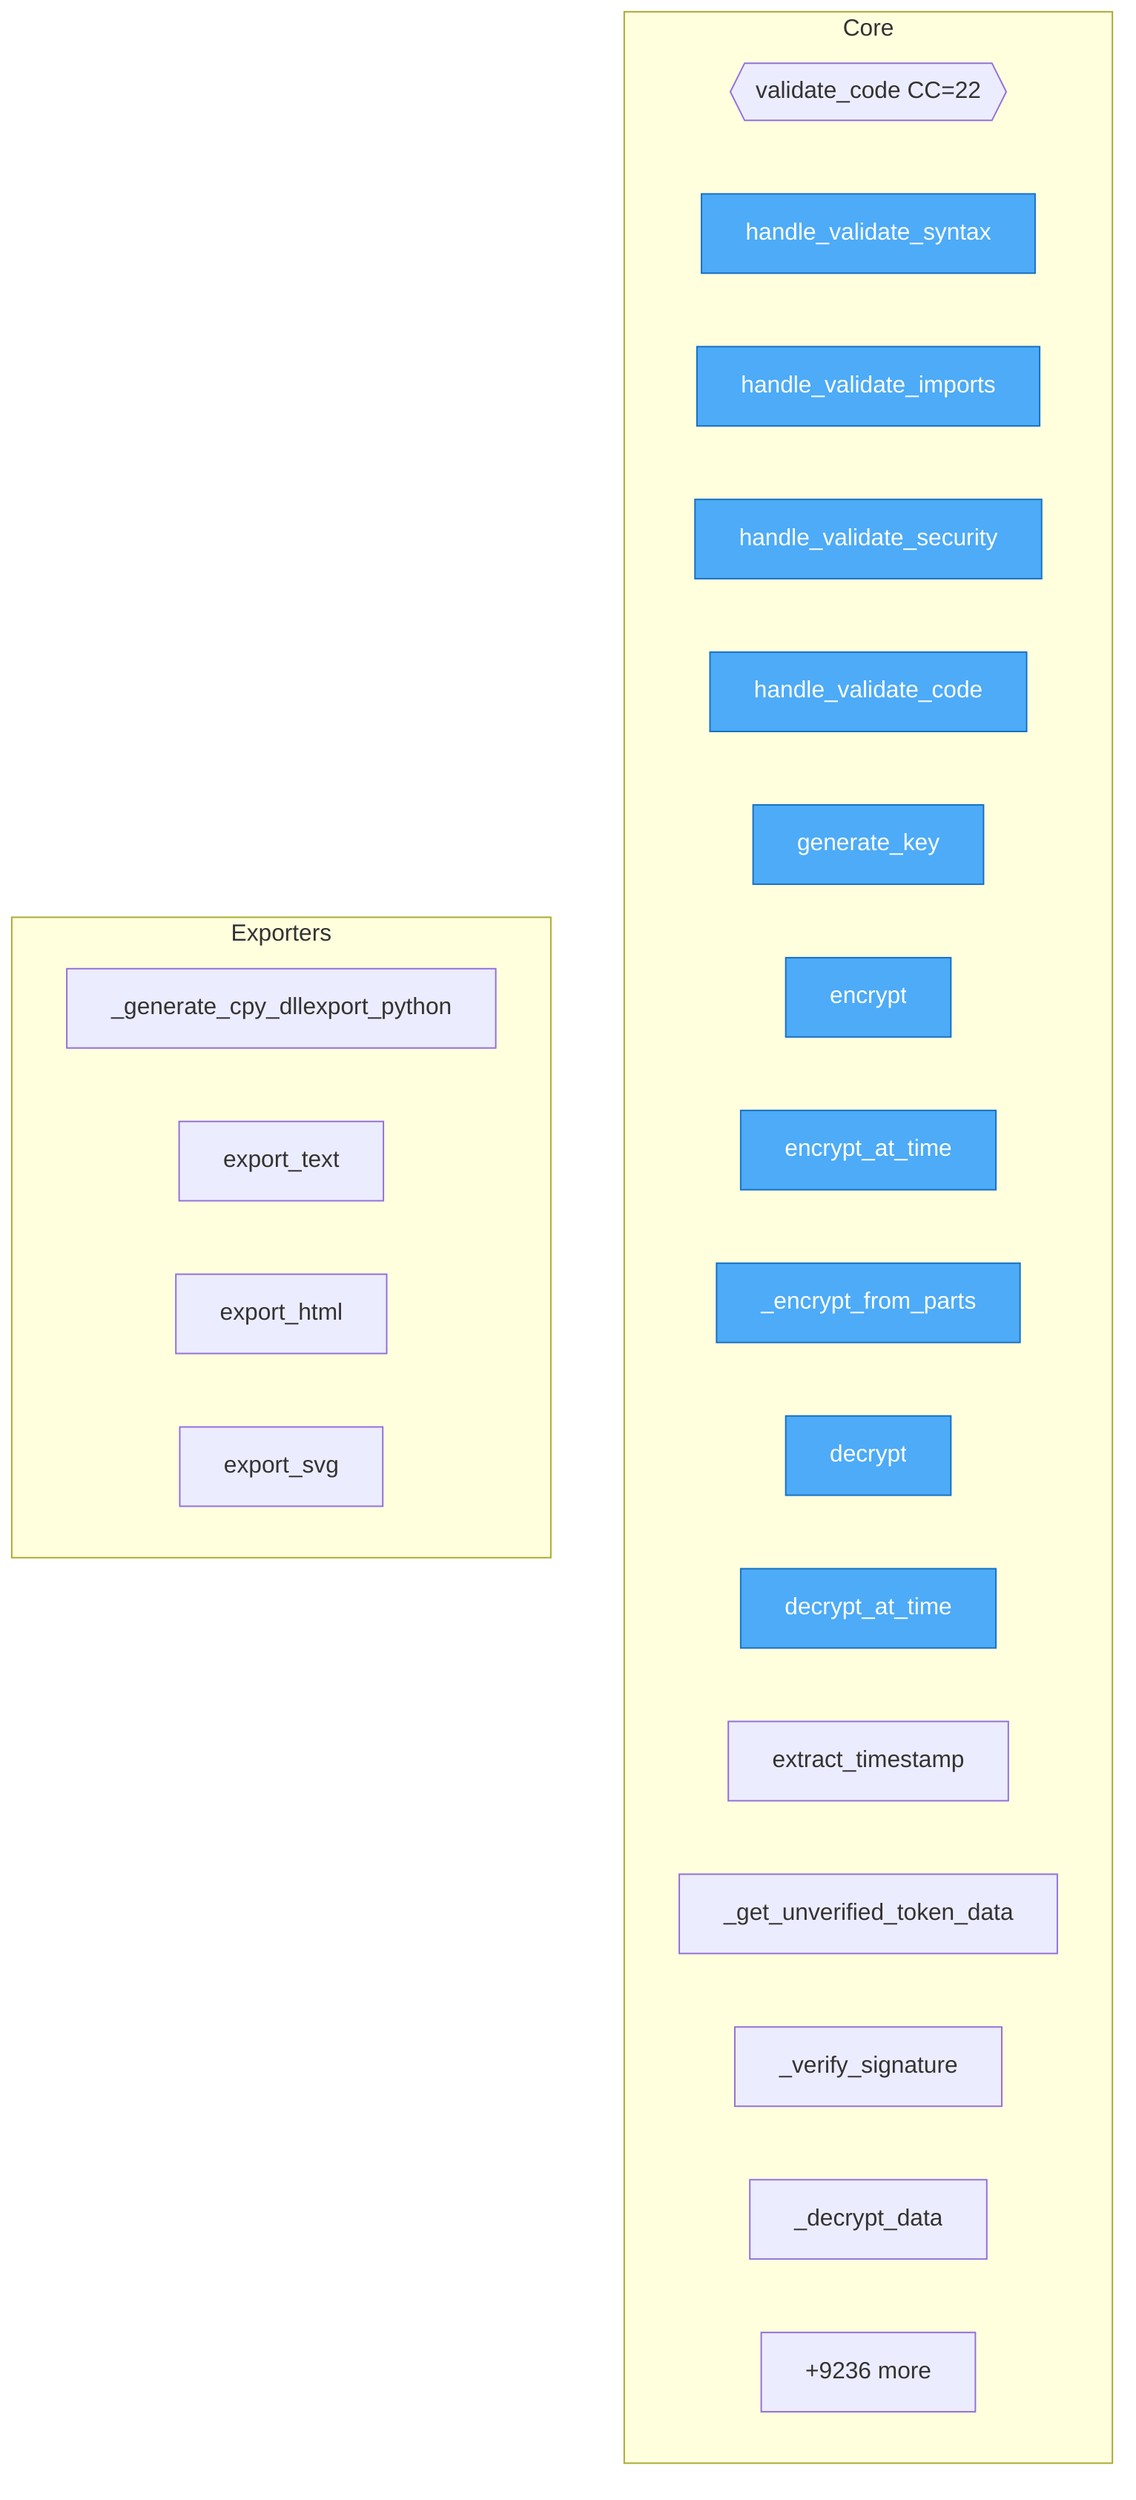
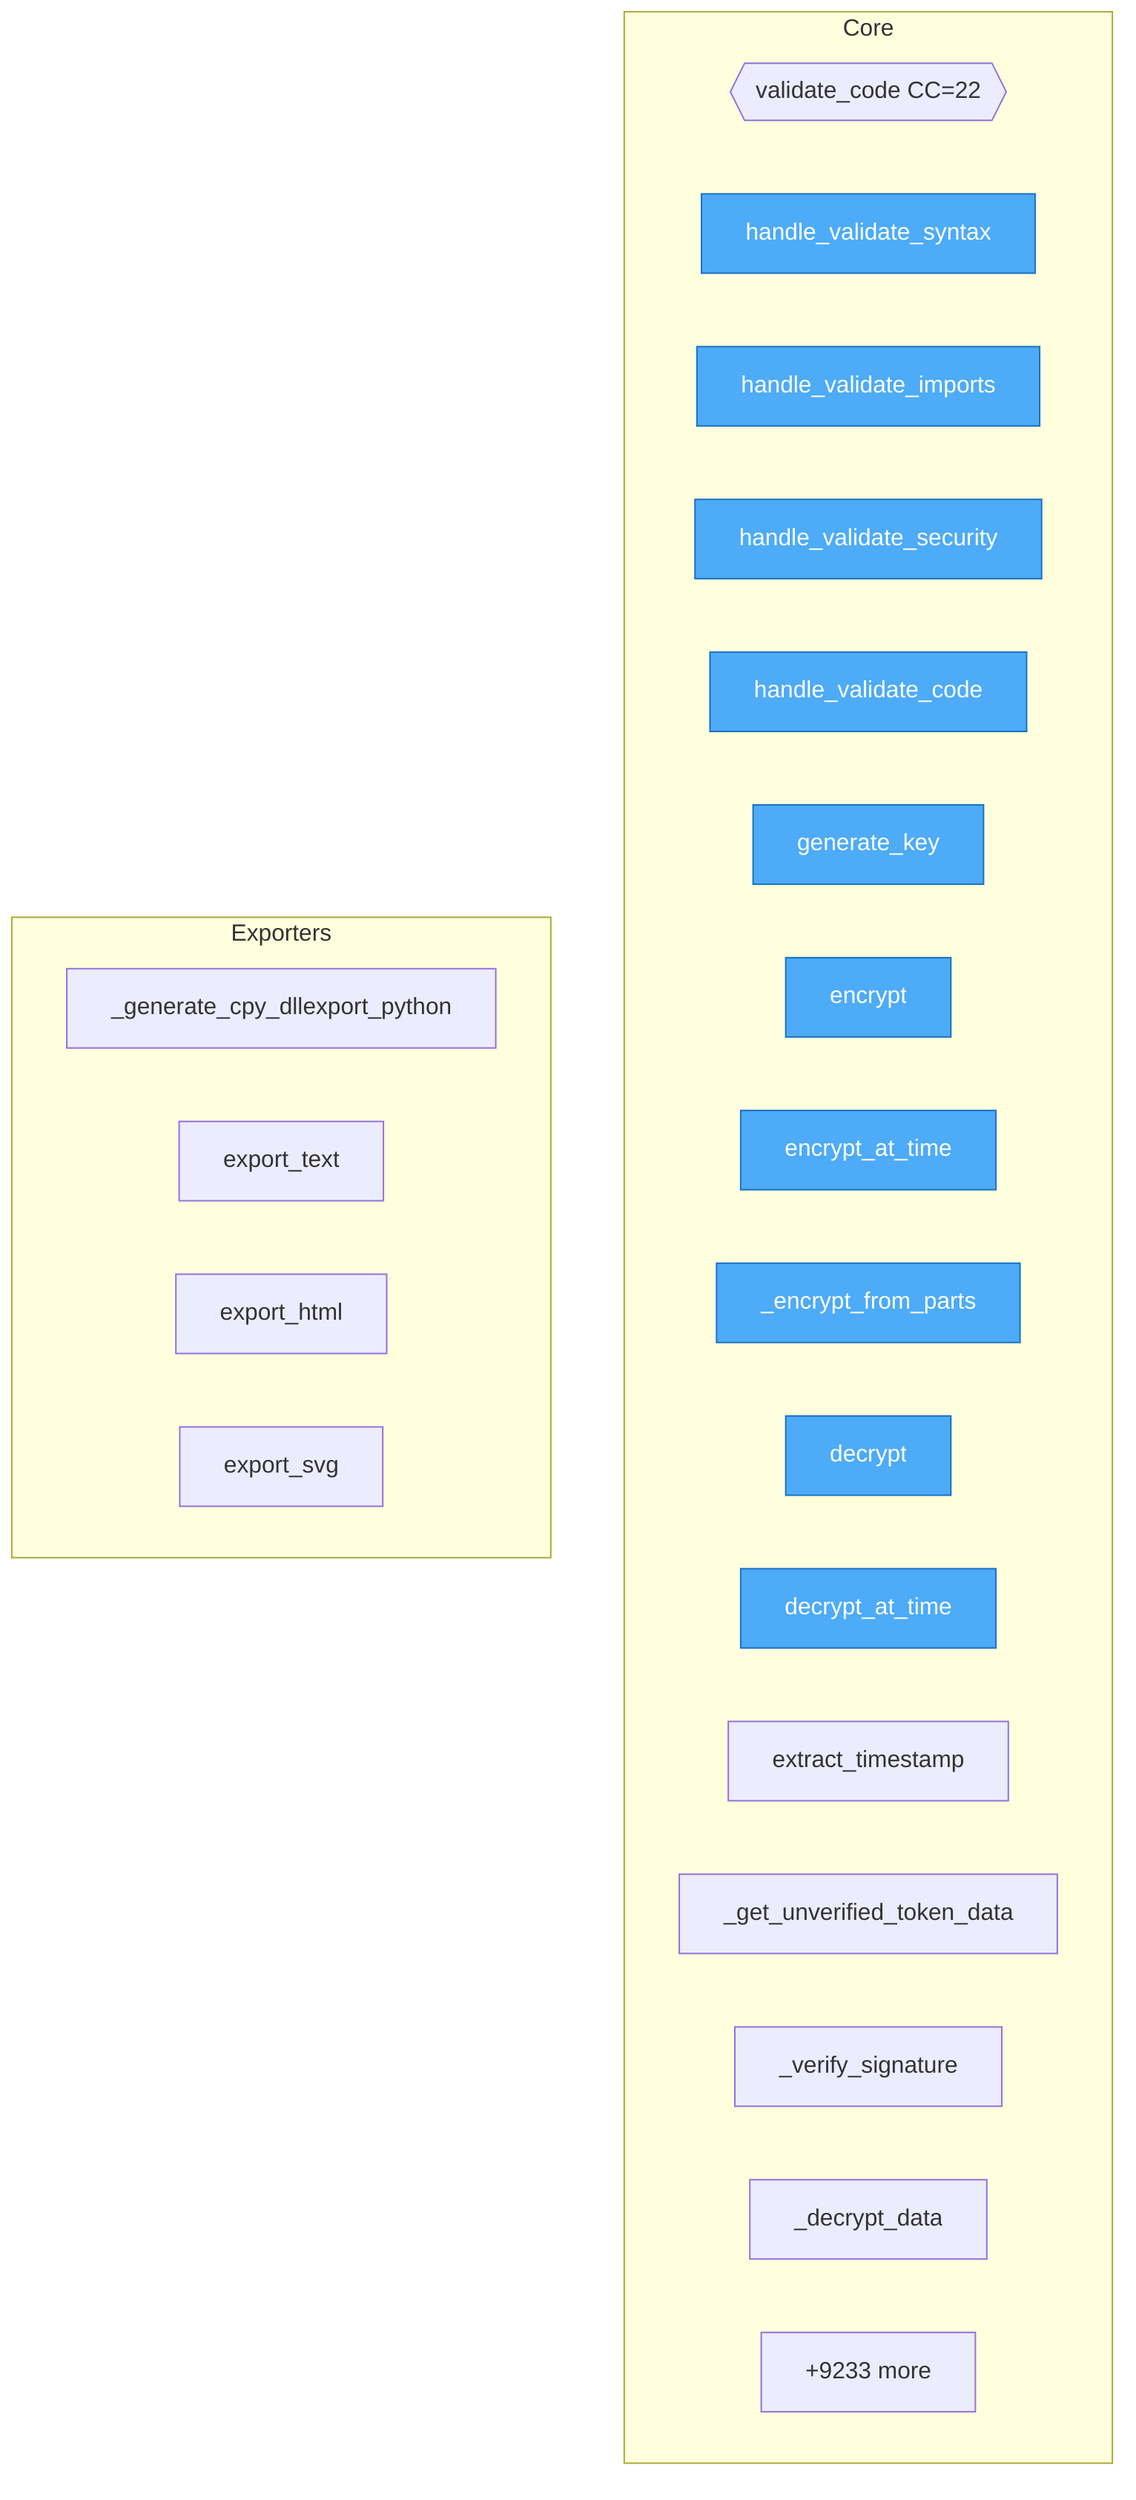
flowchart TD

    %% Entry points (blue)
    classDef entry fill:#4dabf7,stroke:#1971c2,color:#fff

    subgraph Core
        mcp__server___tools_vallm__validate_code{{validate_code CC=22}}
        mcp__server___tools_vallm__handle_validate_syntax["handle_validate_syntax"]
        mcp__server___tools_vallm__handle_validate_imports["handle_validate_imports"]
        mcp__server___tools_vallm__handle_validate_security["handle_validate_security"]
        mcp__server___tools_vallm__handle_validate_code["handle_validate_code"]
        publish-env__Fernet__generate_key["generate_key"]
        publish-env__Fernet__encrypt["encrypt"]
        publish-env__Fernet__encrypt_at_time["encrypt_at_time"]
        publish-env__Fernet___encrypt_from_parts["_encrypt_from_parts"]
        publish-env__Fernet__decrypt["decrypt"]
        publish-env__Fernet__decrypt_at_time["decrypt_at_time"]
        publish-env__Fernet__extract_timestamp["extract_timestamp"]
        publish-env__Fernet___get_unverified_token_data["_get_unverified_token_data"]
        publish-env__Fernet___verify_signature["_verify_signature"]
        publish-env__Fernet___decrypt_data["_decrypt_data"]
-         ...["+9236 more"]
+         ...["+9233 more"]
    end

    subgraph Exporters
        publish-env__Recompiler___generate_cpy_dllexport_python_decl["_generate_cpy_dllexport_python"]
        publish-env__Console__export_text["export_text"]
        publish-env__Console__export_html["export_html"]
        publish-env__Console__export_svg["export_svg"]
        publish-env__Console__export_text["export_text"]
        publish-env__Console__export_html["export_html"]
        publish-env__Console__export_svg["export_svg"]
    end

    class mcp__server___tools_vallm__handle_validate_syntax,mcp__server___tools_vallm__handle_validate_imports,mcp__server___tools_vallm__handle_validate_security,mcp__server___tools_vallm__handle_validate_code,publish-env__Fernet__generate_key,publish-env__Fernet__encrypt,publish-env__Fernet__encrypt_at_time,publish-env__Fernet___encrypt_from_parts,publish-env__Fernet__decrypt,publish-env__Fernet__decrypt_at_time entry
